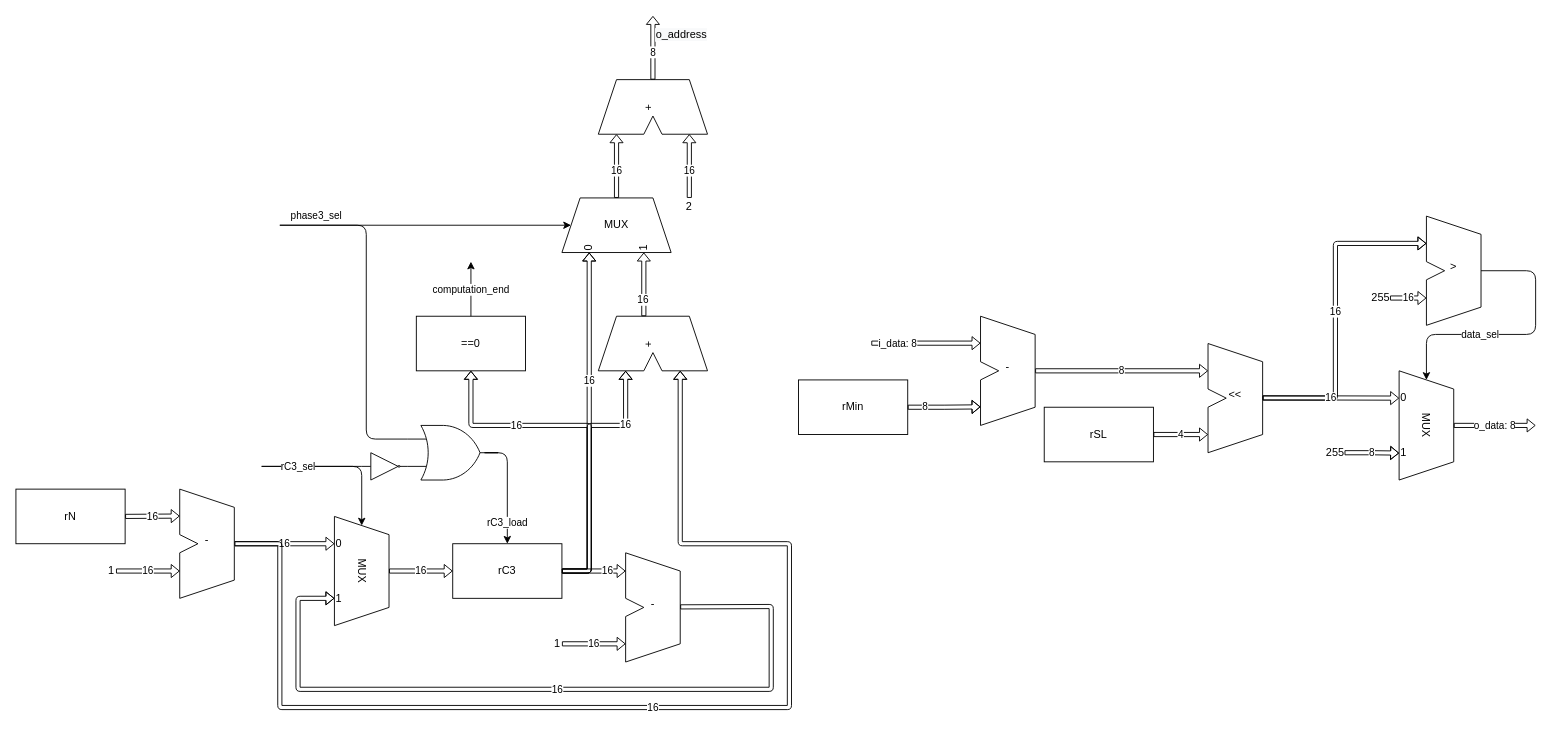
Before: datapaths/computation.drawio in EmilioCorigliano/Progetto-Reti-Logiche-20-21, a draw.io diagram. Source tidied: cells renumbered, new cells numbered last; positions are measured from the earlier drawing's top-left corner, leaving out a move shared by most shapes. Both pictures are drawn from the tidied source at 91%, with x=0, y=0 at pixel (15, 15).
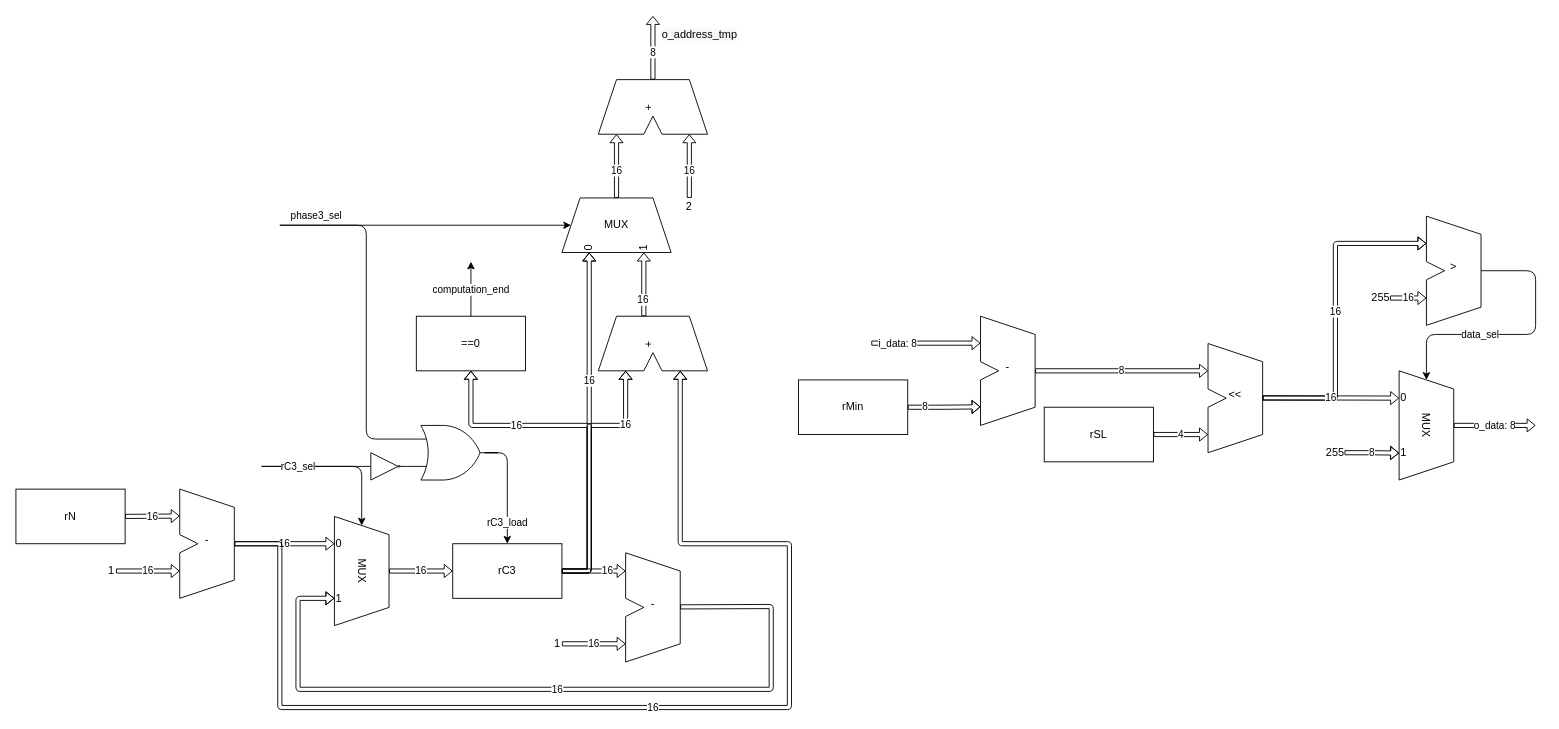
The same diagram, later.

Unchanged cells that the change refers to:
```xml
<mxCell id="89" value="8" style="shape=flexArrow;endArrow=classic;html=1;width=4.571428571428571;endSize=2.617142857142857;endWidth=8.816326530612246;exitX=0.5;exitY=0;exitDx=0;exitDy=0;" parent="1" edge="1">
  <mxGeometry x="-0.14" relative="1" as="geometry">
    <mxPoint x="700" y="70" as="sourcePoint" />
    <mxPoint x="700" as="targetPoint" />
  </mxGeometry>
</mxCell>
```

Diff of the diagram source:
```diff
@@
-    <mxCell id="90" value="&lt;span style=&quot;font-size: 12px ; background-color: rgb(248 , 249 , 250)&quot;&gt;o_address&lt;/span&gt;" style="edgeLabel;html=1;align=center;verticalAlign=middle;" parent="89" vertex="1">
+    <mxCell id="90" value="&lt;span style=&quot;font-size: 12px ; background-color: rgb(248 , 249 , 250)&quot;&gt;o_address_tmp&lt;/span&gt;" style="edgeLabel;html=1;align=center;verticalAlign=middle;" parent="89" vertex="1">
       <mxGeometry x="0.55" y="1" relative="1" as="geometry">
-        <mxPoint x="31" y="4" as="offset" />
+        <mxPoint x="51" y="4" as="offset" />
       </mxGeometry>
     </mxCell>
```
